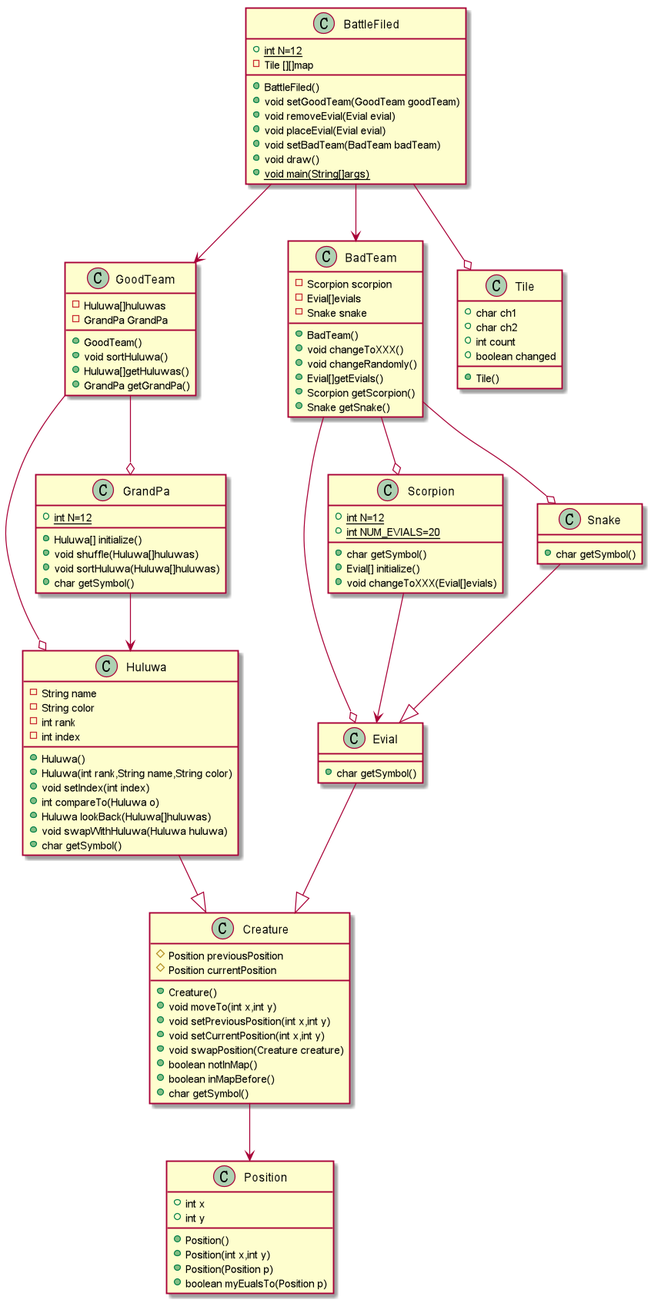
The PlantUML diagram 3-OOPAdvanced/陈善梁-171860525/Uml.png in ss881/java-2019-homeworks, before a commit. Its diagram source:
```plantuml
@startuml
class  Position{
    + int x
    + int y
    + Position()
    + Position(int x,int y)
    + Position(Position p)
    + boolean myEualsTo(Position p)
}

class Creature{
    # Position previousPosition
    # Position currentPosition
    + Creature()
    + void moveTo(int x,int y)
    + void setPreviousPosition(int x,int y)
    + void setCurrentPosition(int x,int y)
    + void swapPosition(Creature creature)
    + boolean notInMap()
    + boolean inMapBefore()
    + char getSymbol()
}

class Huluwa{
    - String name
    - String color
    - int rank
    - int index
    + Huluwa()
    + Huluwa(int rank,String name,String color)
    + void setIndex(int index)
    + int compareTo(Huluwa o)
    + Huluwa lookBack(Huluwa[]huluwas)
    + void swapWithHuluwa(Huluwa huluwa)
    + char getSymbol()
}

Huluwa --|> Creature

class GrandPa{
    {static} +int N=12
    + Huluwa[] initialize()
    + void shuffle(Huluwa[]huluwas)
    + void sortHuluwa(Huluwa[]huluwas)
    + char getSymbol()
}

class Evial{
    + char getSymbol()
}

GrandPa --> Huluwa
Evial --|> Creature
Creature --> Position

class Scorpion{
    + {static} int N=12
    + {static} int NUM_EVIALS=20
    + char getSymbol()
    + Evial[] initialize()
    + void changeToXXX(Evial[]evials)
}

Scorpion -->Evial

class Snake{
    + char getSymbol()
}

Snake --|>Evial

class GoodTeam{
    - Huluwa[]huluwas
    - GrandPa GrandPa
    + GoodTeam()
    + void sortHuluwa()
    + Huluwa[]getHuluwas()
    + GrandPa getGrandPa()
}

GoodTeam --o GrandPa
GoodTeam --o Huluwa

class BadTeam{
    - Scorpion scorpion
    - Evial[]evials
    - Snake snake
    + BadTeam()
    + void changeToXXX()
    + void changeRandomly()
    + Evial[]getEvials()
    + Scorpion getScorpion()
    + Snake getSnake()
}

BadTeam --o Scorpion
BadTeam --o Evial
BadTeam --o Snake

class Tile{
    + char ch1
    + char ch2
    + int count
    + boolean changed
    + Tile()
}

class BattleFiled{
    +{static} int N=12
    - Tile [][]map
    + BattleFiled()
    + void setGoodTeam(GoodTeam goodTeam)
    + void removeEvial(Evial evial)
    + void placeEvial(Evial evial)
    + void setBadTeam(BadTeam badTeam)
    + void draw()
    + {static} void main(String[]args)
}

BattleFiled --o Tile
BattleFiled -->GoodTeam
BattleFiled --> BadTeam
@enduml
```
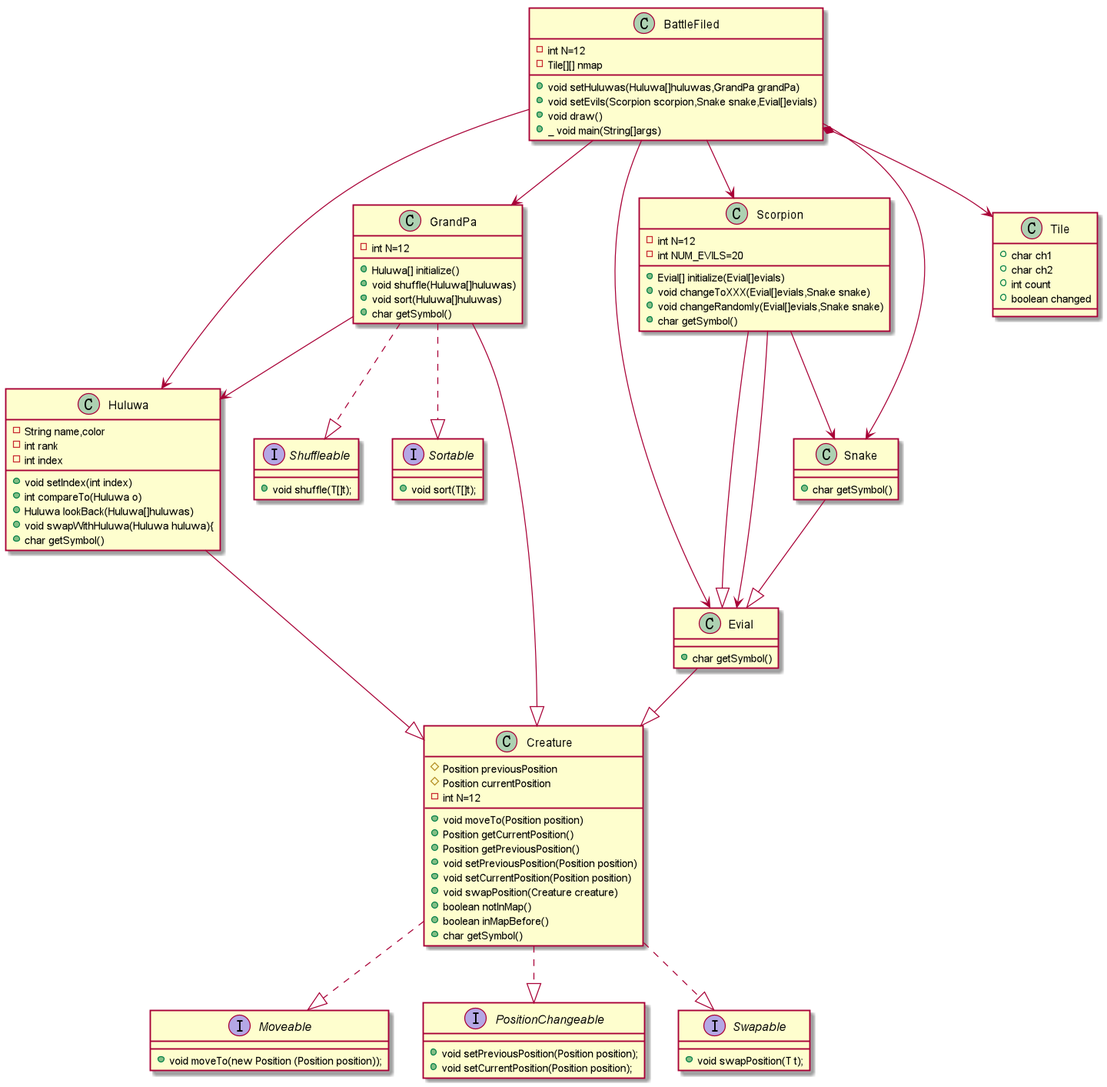
After the commit.

What changed in the source:
```diff
@@ -1,20 +1,35 @@
 @startuml
-class  Position{
-    + int x
-    + int y
-    + Position()
-    + Position(int x,int y)
-    + Position(Position p)
-    + boolean myEualsTo(Position p)
+
+interface Moveable{
+    + void moveTo(new Position (Position position));
+}
+
+interface PositionChangeable{
+    + void setPreviousPosition(Position position);
+    + void setCurrentPosition(Position position);
+}
+
+interface Shuffleable {
+    + void shuffle(T[]t);
+}
+
+interface Sortable {
+    + void sort(T[]t);
+}
+
+interface Swapable {
+    + void swapPosition(T t);
 }
 
 class Creature{
     # Position previousPosition
     # Position currentPosition
-    + Creature()
-    + void moveTo(int x,int y)
-    + void setPreviousPosition(int x,int y)
-    + void setCurrentPosition(int x,int y)
+    - int N=12
+    + void moveTo(Position position)
+    + Position getCurrentPosition()
+    + Position getPreviousPosition()
+    + void setPreviousPosition(Position position)
+    + void setCurrentPosition(Position position)
     + void swapPosition(Creature creature)
     + boolean notInMap()
     + boolean inMapBefore()
@@ -22,102 +37,81 @@
 }
 
 class Huluwa{
-    - String name
-    - String color
+    - String name,color
     - int rank
     - int index
-    + Huluwa()
-    + Huluwa(int rank,String name,String color)
     + void setIndex(int index)
     + int compareTo(Huluwa o)
     + Huluwa lookBack(Huluwa[]huluwas)
-    + void swapWithHuluwa(Huluwa huluwa)
+    + void swapWithHuluwa(Huluwa huluwa){
     + char getSymbol()
 }
 
-Huluwa --|> Creature
-
 class GrandPa{
-    {static} +int N=12
+    - int N=12
     + Huluwa[] initialize()
     + void shuffle(Huluwa[]huluwas)
-    + void sortHuluwa(Huluwa[]huluwas)
+    + void sort(Huluwa[]huluwas)
     + char getSymbol()
+
 }
 
 class Evial{
     + char getSymbol()
 }
 
-GrandPa --> Huluwa
-Evial --|> Creature
-Creature --> Position
-
 class Scorpion{
-    + {static} int N=12
-    + {static} int NUM_EVIALS=20
+    - int N=12
+    - int NUM_EVILS=20
+    + Evial[] initialize(Evial[]evials)
+    + void changeToXXX(Evial[]evials,Snake snake)
+    + void changeRandomly(Evial[]evials,Snake snake)
     + char getSymbol()
-    + Evial[] initialize()
-    + void changeToXXX(Evial[]evials)
 }
-
-Scorpion -->Evial
 
 class Snake{
     + char getSymbol()
 }
 
-Snake --|>Evial
+Snake --|> Evial
+Scorpion --|> Evial
 
-class GoodTeam{
-    - Huluwa[]huluwas
-    - GrandPa GrandPa
-    + GoodTeam()
-    + void sortHuluwa()
-    + Huluwa[]getHuluwas()
-    + GrandPa getGrandPa()
-}
+Evial --|> Creature
 
-GoodTeam --o GrandPa
-GoodTeam --o Huluwa
+GrandPa ..|> Sortable
+GrandPa ..|> Shuffleable
+GrandPa --|> Creature
+Huluwa --|> Creature
 
-class BadTeam{
-    - Scorpion scorpion
-    - Evial[]evials
-    - Snake snake
-    + BadTeam()
-    + void changeToXXX()
-    + void changeRandomly()
-    + Evial[]getEvials()
-    + Scorpion getScorpion()
-    + Snake getSnake()
-}
-
-BadTeam --o Scorpion
-BadTeam --o Evial
-BadTeam --o Snake
+Creature ..|> Moveable
+Creature ..|> PositionChangeable
+Creature ..|> Swapable
 
 class Tile{
     + char ch1
     + char ch2
     + int count
     + boolean changed
-    + Tile()
 }
 
 class BattleFiled{
-    +{static} int N=12
-    - Tile [][]map
-    + BattleFiled()
-    + void setGoodTeam(GoodTeam goodTeam)
-    + void removeEvial(Evial evial)
-    + void placeEvial(Evial evial)
-    + void setBadTeam(BadTeam badTeam)
+    - int N=12
+    - Tile[][] nmap
+    + void setHuluwas(Huluwa[]huluwas,GrandPa grandPa)
+    + void setEvils(Scorpion scorpion,Snake snake,Evial[]evials)
     + void draw()
-    + {static} void main(String[]args)
+    + _ void main(String[]args)
 }
 
-BattleFiled --o Tile
-BattleFiled -->GoodTeam
-BattleFiled --> BadTeam
+BattleFiled *--> Tile
+BattleFiled --> Huluwa
+BattleFiled --> GrandPa
+BattleFiled --> Evial
+BattleFiled --> Snake
+BattleFiled --> Scorpion
+
+Scorpion -->Evial
+Scorpion -->Snake
+
+GrandPa -->Huluwa
 @enduml
```
